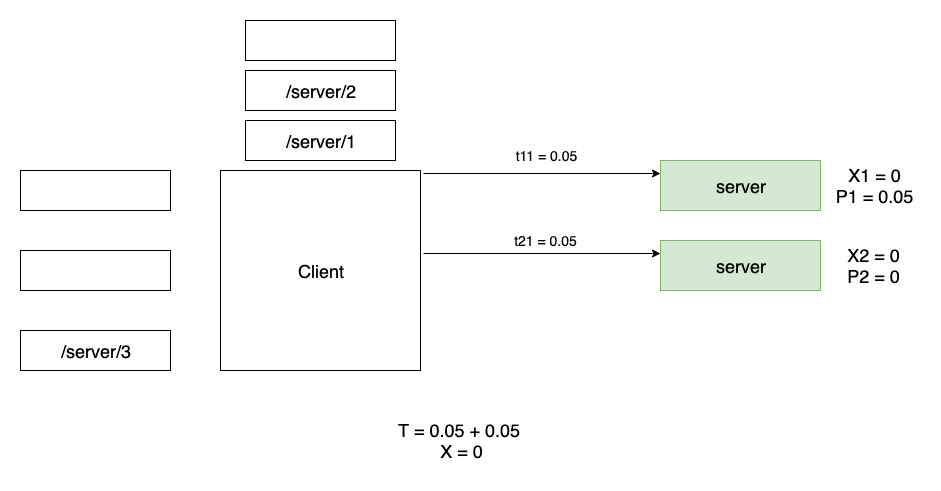
Above: decks/grequests-https-talk/images/python-grequests-flow-2.png in saurabh-hirani/slides (draw.io), before the change. Source tidied: cells renumbered, new cells last; positions are measured from the earlier drawing's top-left corner, leaving out a move shared by most shapes. The source it was exported from:
```xml
<mxGraphModel>
  <root>
    <mxCell id="0" />
    <mxCell id="1" parent="0" />
    <mxCell id="2" style="rounded=0;whiteSpace=wrap;html=1;" parent="1" vertex="1">
      <mxGeometry y="150" width="150" height="40" as="geometry" />
    </mxCell>
    <mxCell id="3" style="rounded=0;whiteSpace=wrap;html=1;" parent="1" vertex="1">
      <mxGeometry y="230" width="150" height="40" as="geometry" />
    </mxCell>
    <mxCell id="4" value="&lt;span style=&quot;white-space: normal&quot;&gt;&lt;font style=&quot;font-size: 18px&quot;&gt;/server/3&lt;/font&gt;&lt;/span&gt;" style="rounded=0;whiteSpace=wrap;html=1;" parent="1" vertex="1">
      <mxGeometry y="310" width="150" height="40" as="geometry" />
    </mxCell>
    <mxCell id="5" value="&lt;font style=&quot;font-size: 18px&quot;&gt;Client&lt;/font&gt;" style="whiteSpace=wrap;html=1;" parent="1" vertex="1">
      <mxGeometry x="200" y="150" width="200" height="200" as="geometry" />
    </mxCell>
    <mxCell id="6" style="edgeStyle=orthogonalEdgeStyle;rounded=0;jettySize=auto;html=1;exitX=1.015;exitY=0.015;exitDx=0;exitDy=0;entryX=0;entryY=0.25;entryDx=0;entryDy=0;exitPerimeter=0;" parent="1" edge="1" source="5" target="7">
      <mxGeometry relative="1" as="geometry" />
    </mxCell>
    <mxCell id="7" value="&lt;span style=&quot;white-space: normal&quot;&gt;&lt;font style=&quot;font-size: 18px&quot;&gt;server&lt;br&gt;&lt;/font&gt;&lt;/span&gt;" style="rounded=0;whiteSpace=wrap;html=1;fillColor=#d5e8d4;strokeColor=#82b366;" parent="1" vertex="1">
      <mxGeometry x="640" y="140" width="160" height="50" as="geometry" />
    </mxCell>
    <object id="8" label="&lt;font style=&quot;font-size: 18px&quot;&gt;T = 0.05 + 0.05&amp;nbsp;&lt;br&gt;X = 0&lt;br&gt;&lt;/font&gt;" name="Variable" placeholders="1">
      <mxCell style="text;html=1;strokeColor=none;fillColor=none;align=center;verticalAlign=middle;whiteSpace=wrap;overflow=hidden;" parent="1" vertex="1">
        <mxGeometry y="390" width="880" height="60" as="geometry" />
      </mxCell>
    </object>
    <mxCell id="9" style="edgeStyle=orthogonalEdgeStyle;rounded=0;jettySize=auto;html=1;exitX=1.015;exitY=0.015;exitDx=0;exitDy=0;entryX=0;entryY=0.25;entryDx=0;entryDy=0;exitPerimeter=0;" parent="1" edge="1" target="10">
      <mxGeometry relative="1" as="geometry">
        <mxPoint x="403" y="233" as="sourcePoint" />
      </mxGeometry>
    </mxCell>
    <mxCell id="10" value="&lt;span style=&quot;white-space: normal&quot;&gt;&lt;font style=&quot;font-size: 18px&quot;&gt;server&lt;br&gt;&lt;/font&gt;&lt;/span&gt;" style="rounded=0;whiteSpace=wrap;html=1;fillColor=#d5e8d4;strokeColor=#82b366;" parent="1" vertex="1">
      <mxGeometry x="640" y="220" width="160" height="50" as="geometry" />
    </mxCell>
    <mxCell id="11" value="&lt;span style=&quot;font-size: 18px ; white-space: normal&quot;&gt;/server/1&lt;/span&gt;" style="rounded=0;whiteSpace=wrap;html=1;" parent="1" vertex="1">
      <mxGeometry x="225" y="100" width="150" height="40" as="geometry" />
    </mxCell>
    <mxCell id="12" value="&lt;span style=&quot;font-size: 18px ; white-space: normal&quot;&gt;/server/2&lt;/span&gt;" style="rounded=0;whiteSpace=wrap;html=1;" parent="1" vertex="1">
      <mxGeometry x="225" y="50" width="150" height="40" as="geometry" />
    </mxCell>
    <mxCell id="13" style="rounded=0;whiteSpace=wrap;html=1;" parent="1" vertex="1">
      <mxGeometry x="225" width="150" height="40" as="geometry" />
    </mxCell>
    <object id="14" label="&lt;font style=&quot;font-size: 14px&quot;&gt;t11 = 0.05&lt;/font&gt;" name="Variable" placeholders="1">
      <mxCell style="text;html=1;strokeColor=none;fillColor=none;align=center;verticalAlign=middle;whiteSpace=wrap;overflow=hidden;" parent="1" vertex="1">
        <mxGeometry x="480" y="120" width="90" height="30" as="geometry" />
      </mxCell>
    </object>
    <object id="15" label="&lt;font style=&quot;font-size: 14px&quot;&gt;t21 = 0.05&lt;/font&gt;" name="Variable" placeholders="1">
      <mxCell style="text;html=1;strokeColor=none;fillColor=none;align=center;verticalAlign=middle;whiteSpace=wrap;overflow=hidden;" parent="1" vertex="1">
        <mxGeometry x="480" y="205" width="90" height="30" as="geometry" />
      </mxCell>
    </object>
    <object id="16" label="&lt;font style=&quot;font-size: 18px&quot;&gt;X1 = 0&lt;br&gt;P1 = 0.05&lt;/font&gt;" name="Variable" placeholders="1">
      <mxCell style="text;html=1;strokeColor=none;fillColor=none;align=center;verticalAlign=middle;whiteSpace=wrap;overflow=hidden;" parent="1" vertex="1">
        <mxGeometry x="806" y="140" width="94" height="50" as="geometry" />
      </mxCell>
    </object>
    <object id="17" label="&lt;font style=&quot;font-size: 18px&quot;&gt;X2 = 0&lt;br&gt;P2 = 0&lt;/font&gt;" name="Variable" placeholders="1">
      <mxCell style="text;html=1;strokeColor=none;fillColor=none;align=center;verticalAlign=middle;whiteSpace=wrap;overflow=hidden;" parent="1" vertex="1">
        <mxGeometry x="806" y="220" width="94" height="50" as="geometry" />
      </mxCell>
    </object>
  </root>
</mxGraphModel>
```
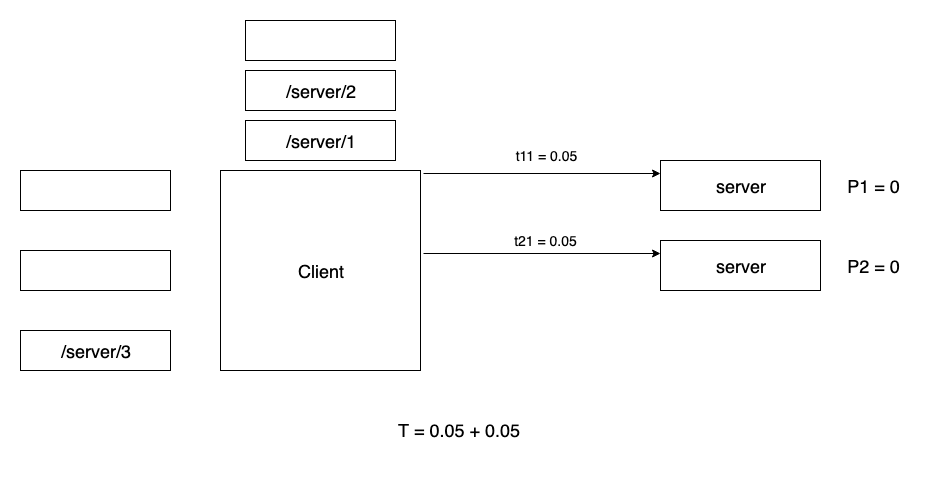
Above is the later version.

The edit, as a diff of the source:
```diff
@@ -17,10 +17,10 @@
     <mxCell id="6" style="edgeStyle=orthogonalEdgeStyle;rounded=0;jettySize=auto;html=1;exitX=1.015;exitY=0.015;exitDx=0;exitDy=0;entryX=0;entryY=0.25;entryDx=0;entryDy=0;exitPerimeter=0;" parent="1" edge="1" source="5" target="7">
       <mxGeometry relative="1" as="geometry" />
     </mxCell>
-    <mxCell id="7" value="&lt;span style=&quot;white-space: normal&quot;&gt;&lt;font style=&quot;font-size: 18px&quot;&gt;server&lt;br&gt;&lt;/font&gt;&lt;/span&gt;" style="rounded=0;whiteSpace=wrap;html=1;fillColor=#d5e8d4;strokeColor=#82b366;" parent="1" vertex="1">
+    <mxCell id="7" value="&lt;span style=&quot;white-space: normal&quot;&gt;&lt;font style=&quot;font-size: 18px&quot;&gt;server&lt;br&gt;&lt;/font&gt;&lt;/span&gt;" style="rounded=0;whiteSpace=wrap;html=1;" parent="1" vertex="1">
       <mxGeometry x="640" y="140" width="160" height="50" as="geometry" />
     </mxCell>
-    <object id="8" label="&lt;font style=&quot;font-size: 18px&quot;&gt;T = 0.05 + 0.05&amp;nbsp;&lt;br&gt;X = 0&lt;br&gt;&lt;/font&gt;" name="Variable" placeholders="1">
+    <object id="8" label="&lt;font style=&quot;font-size: 18px&quot;&gt;T = 0.05 + 0.05&amp;nbsp;&lt;br&gt;&lt;br&gt;&lt;/font&gt;" name="Variable" placeholders="1">
       <mxCell style="text;html=1;strokeColor=none;fillColor=none;align=center;verticalAlign=middle;whiteSpace=wrap;overflow=hidden;" parent="1" vertex="1">
         <mxGeometry y="390" width="880" height="60" as="geometry" />
       </mxCell>
@@ -30,7 +30,7 @@
         <mxPoint x="403" y="233" as="sourcePoint" />
       </mxGeometry>
     </mxCell>
-    <mxCell id="10" value="&lt;span style=&quot;white-space: normal&quot;&gt;&lt;font style=&quot;font-size: 18px&quot;&gt;server&lt;br&gt;&lt;/font&gt;&lt;/span&gt;" style="rounded=0;whiteSpace=wrap;html=1;fillColor=#d5e8d4;strokeColor=#82b366;" parent="1" vertex="1">
+    <mxCell id="10" value="&lt;span style=&quot;white-space: normal&quot;&gt;&lt;font style=&quot;font-size: 18px&quot;&gt;server&lt;br&gt;&lt;/font&gt;&lt;/span&gt;" style="rounded=0;whiteSpace=wrap;html=1;" parent="1" vertex="1">
       <mxGeometry x="640" y="220" width="160" height="50" as="geometry" />
     </mxCell>
     <mxCell id="11" value="&lt;span style=&quot;font-size: 18px ; white-space: normal&quot;&gt;/server/1&lt;/span&gt;" style="rounded=0;whiteSpace=wrap;html=1;" parent="1" vertex="1">
@@ -52,12 +52,12 @@
         <mxGeometry x="480" y="205" width="90" height="30" as="geometry" />
       </mxCell>
     </object>
-    <object id="16" label="&lt;font style=&quot;font-size: 18px&quot;&gt;X1 = 0&lt;br&gt;P1 = 0.05&lt;/font&gt;" name="Variable" placeholders="1">
+    <object id="16" label="&lt;font style=&quot;font-size: 18px&quot;&gt;P1 = 0&lt;/font&gt;" name="Variable" placeholders="1">
       <mxCell style="text;html=1;strokeColor=none;fillColor=none;align=center;verticalAlign=middle;whiteSpace=wrap;overflow=hidden;" parent="1" vertex="1">
         <mxGeometry x="806" y="140" width="94" height="50" as="geometry" />
       </mxCell>
     </object>
-    <object id="17" label="&lt;font style=&quot;font-size: 18px&quot;&gt;X2 = 0&lt;br&gt;P2 = 0&lt;/font&gt;" name="Variable" placeholders="1">
+    <object id="17" label="&lt;font style=&quot;font-size: 18px&quot;&gt;P2 = 0&lt;/font&gt;" name="Variable" placeholders="1">
       <mxCell style="text;html=1;strokeColor=none;fillColor=none;align=center;verticalAlign=middle;whiteSpace=wrap;overflow=hidden;" parent="1" vertex="1">
         <mxGeometry x="806" y="220" width="94" height="50" as="geometry" />
       </mxCell>
```
